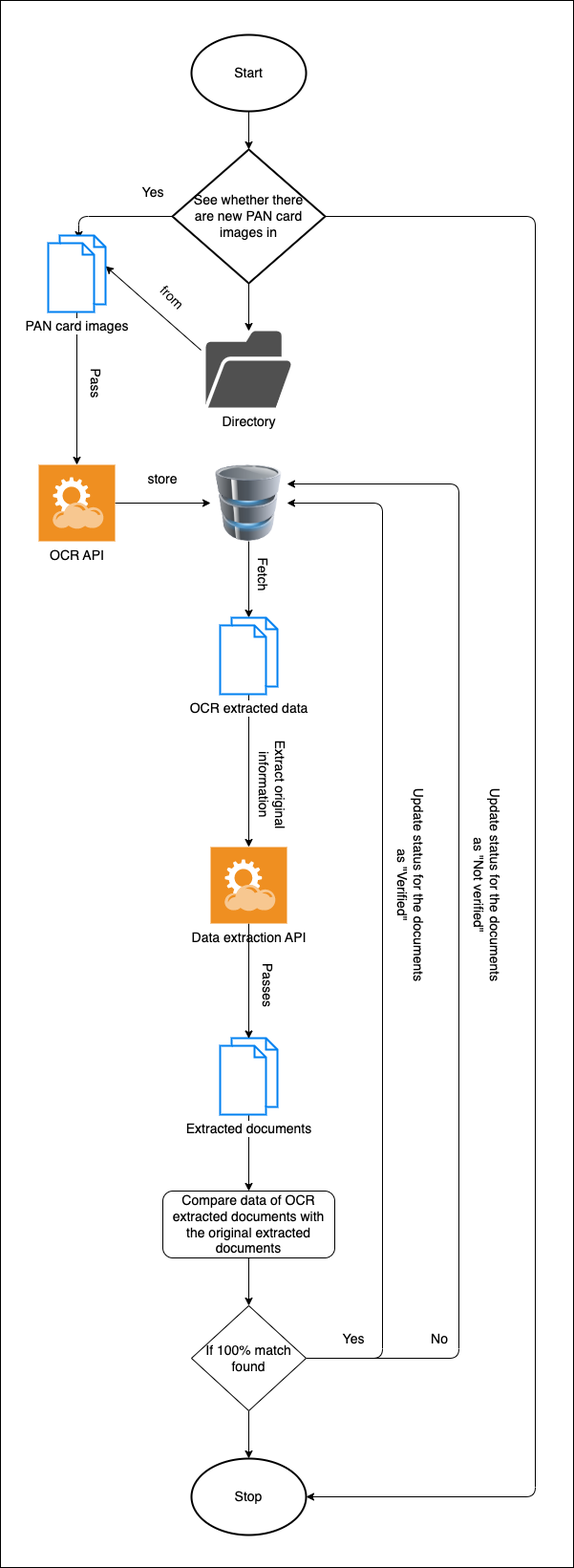
The draw.io diagram docs/proposal/diagrams/workflows/main-flow/workflow.png in tirthyakamaldasgupta/pan-card-utility, before a commit. Source tidied: cells renumbered, new cells last; positions are measured from the earlier drawing's top-left corner, leaving out a move shared by most shapes. Its diagram source:
```xml
<mxGraphModel>
  <root>
    <mxCell id="0" />
    <mxCell id="1" parent="0" />
    <mxCell id="2" style="rounded=0;whiteSpace=wrap;html=1;fontSize=14;" parent="1" vertex="1">
      <mxGeometry width="600" height="1640" as="geometry" />
    </mxCell>
    <mxCell id="3" style="edgeStyle=none;html=1;fontSize=14;" parent="1" edge="1" source="4" target="10">
      <mxGeometry relative="1" as="geometry" />
    </mxCell>
    <mxCell id="4" value="&lt;font style=&quot;font-size: 14px;&quot;&gt;Start&lt;/font&gt;" style="strokeWidth=2;html=1;shape=mxgraph.flowchart.start_1;whiteSpace=wrap;" parent="1" vertex="1">
      <mxGeometry x="200" y="36" width="120" height="80" as="geometry" />
    </mxCell>
    <mxCell id="5" style="edgeStyle=none;html=1;entryX=1;entryY=0.4;entryDx=0;entryDy=0;entryPerimeter=0;fontSize=14;" parent="1" edge="1" target="15">
      <mxGeometry relative="1" as="geometry">
        <mxPoint x="210" y="366" as="sourcePoint" />
      </mxGeometry>
    </mxCell>
    <mxCell id="6" value="Directory" style="sketch=0;shadow=0;dashed=0;html=1;strokeColor=none;fillColor=#505050;labelPosition=center;verticalLabelPosition=bottom;verticalAlign=top;outlineConnect=0;align=center;shape=mxgraph.office.concepts.folder_open;fontSize=14;" parent="1" vertex="1">
      <mxGeometry x="215" y="346" width="90" height="80" as="geometry" />
    </mxCell>
    <mxCell id="7" style="edgeStyle=none;html=1;fontSize=14;" parent="1" edge="1" source="10" target="6">
      <mxGeometry relative="1" as="geometry" />
    </mxCell>
    <mxCell id="8" style="edgeStyle=none;html=1;entryX=0.533;entryY=0.05;entryDx=0;entryDy=0;entryPerimeter=0;fontSize=14;" parent="1" edge="1" source="10" target="15">
      <mxGeometry relative="1" as="geometry">
        <Array as="points">
          <mxPoint x="82" y="226" />
        </Array>
      </mxGeometry>
    </mxCell>
    <mxCell id="9" style="edgeStyle=none;html=1;entryX=1;entryY=0.5;entryDx=0;entryDy=0;entryPerimeter=0;fontSize=14;" parent="1" edge="1" source="10" target="38">
      <mxGeometry relative="1" as="geometry">
        <Array as="points">
          <mxPoint x="560" y="226" />
          <mxPoint x="560" y="1566" />
        </Array>
      </mxGeometry>
    </mxCell>
    <mxCell id="10" value="See whether there&lt;br&gt;are new PAN card images in" style="strokeWidth=2;html=1;shape=mxgraph.flowchart.decision;whiteSpace=wrap;fontSize=14;" parent="1" vertex="1">
      <mxGeometry x="180" y="156" width="160" height="140" as="geometry" />
    </mxCell>
    <mxCell id="11" style="edgeStyle=none;html=1;fontSize=14;" parent="1" edge="1" source="12" target="19">
      <mxGeometry relative="1" as="geometry" />
    </mxCell>
    <mxCell id="12" value="OCR API" style="shadow=0;dashed=0;html=1;strokeColor=none;fillColor=#EF8F21;labelPosition=center;verticalLabelPosition=bottom;verticalAlign=top;align=center;outlineConnect=0;shape=mxgraph.veeam.2d.restful_apis;fontSize=14;" parent="1" vertex="1">
      <mxGeometry x="40" y="486" width="80" height="80" as="geometry" />
    </mxCell>
    <mxCell id="13" value="Yes" style="text;html=1;strokeColor=none;fillColor=none;align=center;verticalAlign=middle;whiteSpace=wrap;rounded=0;fontSize=14;" parent="1" vertex="1">
      <mxGeometry x="130" y="186" width="60" height="30" as="geometry" />
    </mxCell>
    <mxCell id="14" style="edgeStyle=none;html=1;fontSize=14;" parent="1" edge="1" source="15" target="12">
      <mxGeometry relative="1" as="geometry" />
    </mxCell>
    <mxCell id="15" value="PAN card images" style="html=1;verticalLabelPosition=bottom;align=center;labelBackgroundColor=#ffffff;verticalAlign=top;strokeWidth=2;strokeColor=#0080F0;shadow=0;dashed=0;shape=mxgraph.ios7.icons.documents;fontSize=14;" parent="1" vertex="1">
      <mxGeometry x="50" y="246" width="60" height="80" as="geometry" />
    </mxCell>
    <mxCell id="16" value="from" style="text;html=1;strokeColor=none;fillColor=none;align=center;verticalAlign=middle;whiteSpace=wrap;rounded=0;fontSize=14;rotation=45;" parent="1" vertex="1">
      <mxGeometry x="150" y="296" width="60" height="30" as="geometry" />
    </mxCell>
    <mxCell id="17" value="Pass" style="text;html=1;strokeColor=none;fillColor=none;align=center;verticalAlign=middle;whiteSpace=wrap;rounded=0;fontSize=14;rotation=90;" parent="1" vertex="1">
      <mxGeometry x="70" y="386" width="60" height="30" as="geometry" />
    </mxCell>
    <mxCell id="18" style="edgeStyle=none;html=1;fontSize=14;" parent="1" edge="1" source="19" target="22">
      <mxGeometry relative="1" as="geometry" />
    </mxCell>
    <mxCell id="19" style="image;html=1;image=img/lib/clip_art/computers/Database_128x128.png;fontSize=14;" parent="1" vertex="1">
      <mxGeometry x="220" y="486" width="80" height="80" as="geometry" />
    </mxCell>
    <mxCell id="20" value="store" style="text;html=1;strokeColor=none;fillColor=none;align=center;verticalAlign=middle;whiteSpace=wrap;rounded=0;fontSize=14;" parent="1" vertex="1">
      <mxGeometry x="140" y="486" width="60" height="30" as="geometry" />
    </mxCell>
    <mxCell id="21" style="edgeStyle=none;html=1;fontSize=14;" parent="1" edge="1" target="27">
      <mxGeometry relative="1" as="geometry">
        <mxPoint x="260" y="716" as="sourcePoint" />
      </mxGeometry>
    </mxCell>
    <mxCell id="22" value="OCR extracted data" style="html=1;verticalLabelPosition=bottom;align=center;labelBackgroundColor=#ffffff;verticalAlign=top;strokeWidth=2;strokeColor=#0080F0;shadow=0;dashed=0;shape=mxgraph.ios7.icons.documents;fontSize=14;" parent="1" vertex="1">
      <mxGeometry x="230" y="646" width="60" height="80" as="geometry" />
    </mxCell>
    <mxCell id="23" value="Fetch" style="text;html=1;strokeColor=none;fillColor=none;align=center;verticalAlign=middle;whiteSpace=wrap;rounded=0;fontSize=14;rotation=90;" parent="1" vertex="1">
      <mxGeometry x="245" y="586" width="60" height="30" as="geometry" />
    </mxCell>
    <mxCell id="24" style="edgeStyle=none;html=1;fontSize=14;" parent="1" edge="1" source="25" target="31">
      <mxGeometry relative="1" as="geometry" />
    </mxCell>
    <mxCell id="25" value="Extracted documents" style="html=1;verticalLabelPosition=bottom;align=center;labelBackgroundColor=#ffffff;verticalAlign=top;strokeWidth=2;strokeColor=#0080F0;shadow=0;dashed=0;shape=mxgraph.ios7.icons.documents;fontSize=14;" parent="1" vertex="1">
      <mxGeometry x="230" y="1086" width="60" height="80" as="geometry" />
    </mxCell>
    <mxCell id="26" style="edgeStyle=none;html=1;entryX=0.5;entryY=0.006;entryDx=0;entryDy=0;entryPerimeter=0;fontSize=14;" parent="1" edge="1" source="27" target="25">
      <mxGeometry relative="1" as="geometry" />
    </mxCell>
    <mxCell id="27" value="Data extraction API" style="shadow=0;dashed=0;html=1;strokeColor=none;fillColor=#EF8F21;labelPosition=center;verticalLabelPosition=bottom;verticalAlign=top;align=center;outlineConnect=0;shape=mxgraph.veeam.2d.restful_apis;fontSize=14;" parent="1" vertex="1">
      <mxGeometry x="220" y="886" width="80" height="80" as="geometry" />
    </mxCell>
    <mxCell id="28" value="Extract original information" style="text;html=1;strokeColor=none;fillColor=none;align=center;verticalAlign=middle;whiteSpace=wrap;rounded=0;fontSize=14;rotation=90;" parent="1" vertex="1">
      <mxGeometry x="230" y="806" width="110" height="30" as="geometry" />
    </mxCell>
    <mxCell id="29" value="Passes" style="text;html=1;strokeColor=none;fillColor=none;align=center;verticalAlign=middle;whiteSpace=wrap;rounded=0;fontSize=14;rotation=90;" parent="1" vertex="1">
      <mxGeometry x="250" y="1016" width="60" height="30" as="geometry" />
    </mxCell>
    <mxCell id="30" style="edgeStyle=none;html=1;fontSize=14;" parent="1" edge="1" source="31" target="35">
      <mxGeometry relative="1" as="geometry" />
    </mxCell>
    <mxCell id="31" value="Compare data of OCR extracted documents with the original extracted documents" style="rounded=1;whiteSpace=wrap;html=1;fontSize=14;" parent="1" vertex="1">
      <mxGeometry x="170" y="1246" width="180" height="70" as="geometry" />
    </mxCell>
    <mxCell id="32" style="edgeStyle=none;html=1;entryX=1;entryY=0.5;entryDx=0;entryDy=0;fontSize=14;" parent="1" edge="1" source="35" target="19">
      <mxGeometry relative="1" as="geometry">
        <Array as="points">
          <mxPoint x="400" y="1421" />
          <mxPoint x="400" y="526" />
        </Array>
      </mxGeometry>
    </mxCell>
    <mxCell id="33" style="edgeStyle=none;html=1;entryX=1;entryY=0.25;entryDx=0;entryDy=0;fontSize=14;" parent="1" edge="1" source="35" target="19">
      <mxGeometry relative="1" as="geometry">
        <Array as="points">
          <mxPoint x="480" y="1421" />
          <mxPoint x="480" y="506" />
        </Array>
      </mxGeometry>
    </mxCell>
    <mxCell id="34" style="edgeStyle=none;html=1;fontSize=14;" parent="1" edge="1" source="35" target="38">
      <mxGeometry relative="1" as="geometry" />
    </mxCell>
    <mxCell id="35" value="If 100% match found" style="rhombus;whiteSpace=wrap;html=1;fontSize=14;" parent="1" vertex="1">
      <mxGeometry x="200" y="1366" width="120" height="110" as="geometry" />
    </mxCell>
    <mxCell id="36" value="Update status for the documents as &quot;Verified&quot;" style="text;html=1;strokeColor=none;fillColor=none;align=center;verticalAlign=middle;whiteSpace=wrap;rounded=0;fontSize=14;rotation=90;" parent="1" vertex="1">
      <mxGeometry x="320" y="911" width="220" height="30" as="geometry" />
    </mxCell>
    <mxCell id="37" value="Update status for the documents as &quot;Not verified&quot;" style="text;html=1;strokeColor=none;fillColor=none;align=center;verticalAlign=middle;whiteSpace=wrap;rounded=0;fontSize=14;rotation=90;" parent="1" vertex="1">
      <mxGeometry x="400" y="911" width="220" height="30" as="geometry" />
    </mxCell>
    <mxCell id="38" value="&lt;font style=&quot;font-size: 14px;&quot;&gt;Stop&lt;/font&gt;" style="strokeWidth=2;html=1;shape=mxgraph.flowchart.start_1;whiteSpace=wrap;" parent="1" vertex="1">
      <mxGeometry x="200" y="1526" width="120" height="80" as="geometry" />
    </mxCell>
    <mxCell id="39" value="Yes" style="text;html=1;strokeColor=none;fillColor=none;align=center;verticalAlign=middle;whiteSpace=wrap;rounded=0;fontSize=14;" parent="1" vertex="1">
      <mxGeometry x="340" y="1386" width="60" height="30" as="geometry" />
    </mxCell>
    <mxCell id="40" value="No" style="text;html=1;strokeColor=none;fillColor=none;align=center;verticalAlign=middle;whiteSpace=wrap;rounded=0;fontSize=14;" parent="1" vertex="1">
      <mxGeometry x="430" y="1386" width="60" height="30" as="geometry" />
    </mxCell>
  </root>
</mxGraphModel>
```
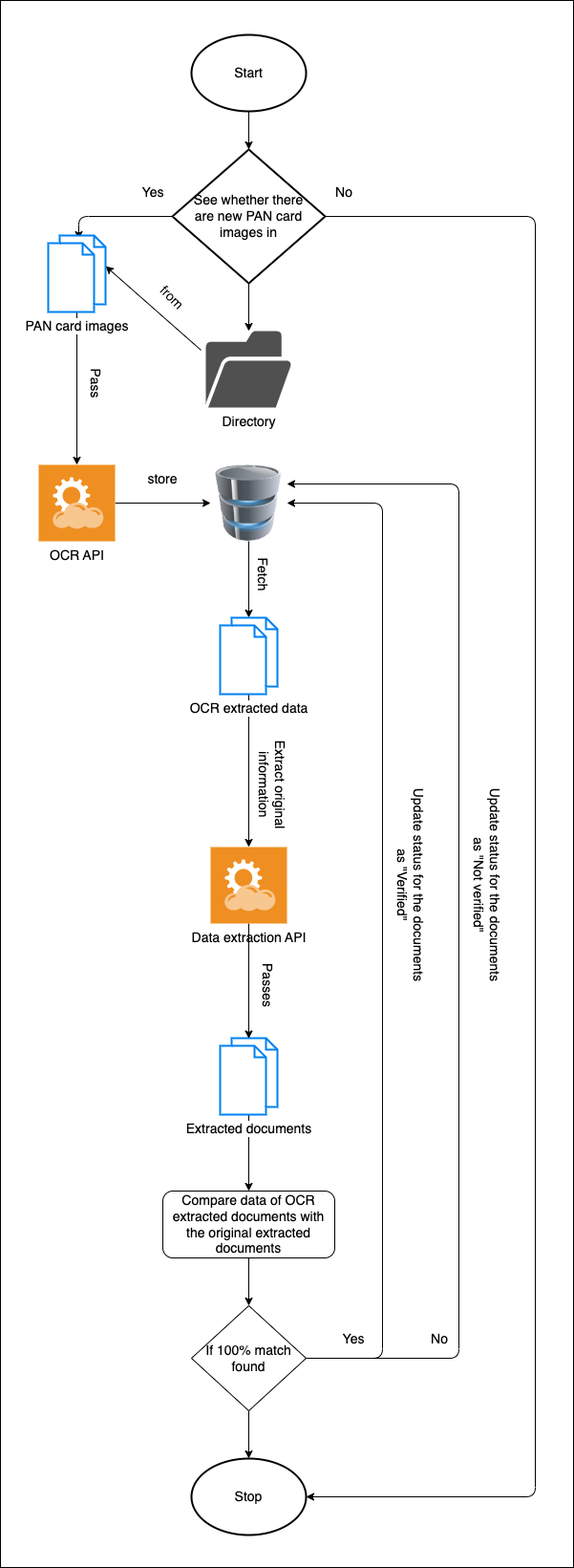
After the change.

Change to the diagram source:
```diff
@@ -142,5 +142,8 @@
     <mxCell id="40" value="No" style="text;html=1;strokeColor=none;fillColor=none;align=center;verticalAlign=middle;whiteSpace=wrap;rounded=0;fontSize=14;" parent="1" vertex="1">
       <mxGeometry x="430" y="1386" width="60" height="30" as="geometry" />
     </mxCell>
+    <mxCell id="41" value="No" style="text;html=1;strokeColor=none;fillColor=none;align=center;verticalAlign=middle;whiteSpace=wrap;rounded=0;fontSize=14;" parent="1" vertex="1">
+      <mxGeometry x="330" y="186" width="60" height="30" as="geometry" />
+    </mxCell>
   </root>
 </mxGraphModel>
```
